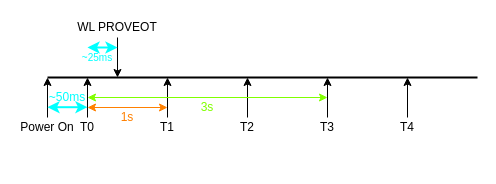
Above: Untitled Diagram.drawio in woshitanwang/pics_procdure (draw.io), before the change. Source tidied: cells renumbered, new cells numbered last; positions are measured from the earlier drawing's top-left corner, leaving out a move shared by most shapes. Both pictures are drawn from the tidied source at 100%, with x=0, y=0 at pixel (17, 17).
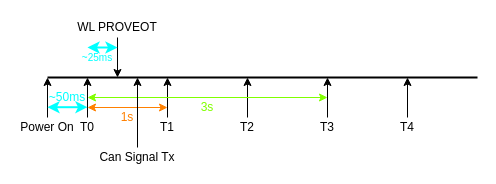
Above is the later version.

What changed in the source:
```diff
@@
+    <mxCell id="25" style="endArrow=classic;html=1;rounded=0;" parent="1" edge="1">
+      <mxGeometry relative="1" as="geometry">
+        <mxPoint x="120" y="130" as="sourcePoint" />
+        <mxPoint x="120" y="60" as="targetPoint" />
+      </mxGeometry>
+    </mxCell>
+    <mxCell id="26" value="Can Signal Tx" style="text;html=1;strokeColor=none;fillColor=none;align=center;verticalAlign=middle;whiteSpace=wrap;rounded=0;" parent="1" vertex="1">
+      <mxGeometry x="80" y="130" width="80" height="20" as="geometry" />
+    </mxCell>
```
